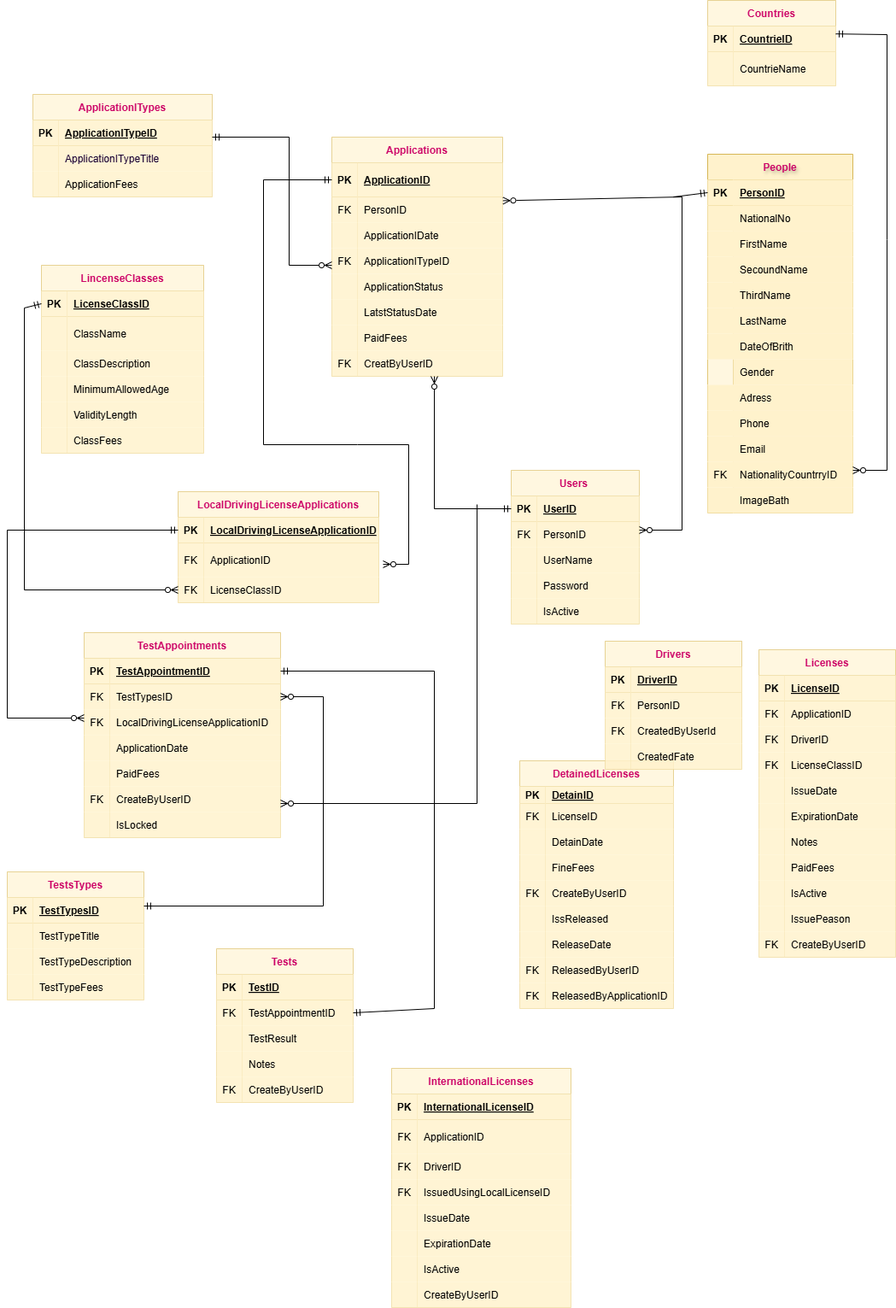
This is Untitled Diagram.drawio.png from azizadiab/Driving-License-Department, a draw.io export, as it was before one commit. Source tidied: cells renumbered, new cells last; positions are measured from the earlier drawing's top-left corner, leaving out a move shared by most shapes.
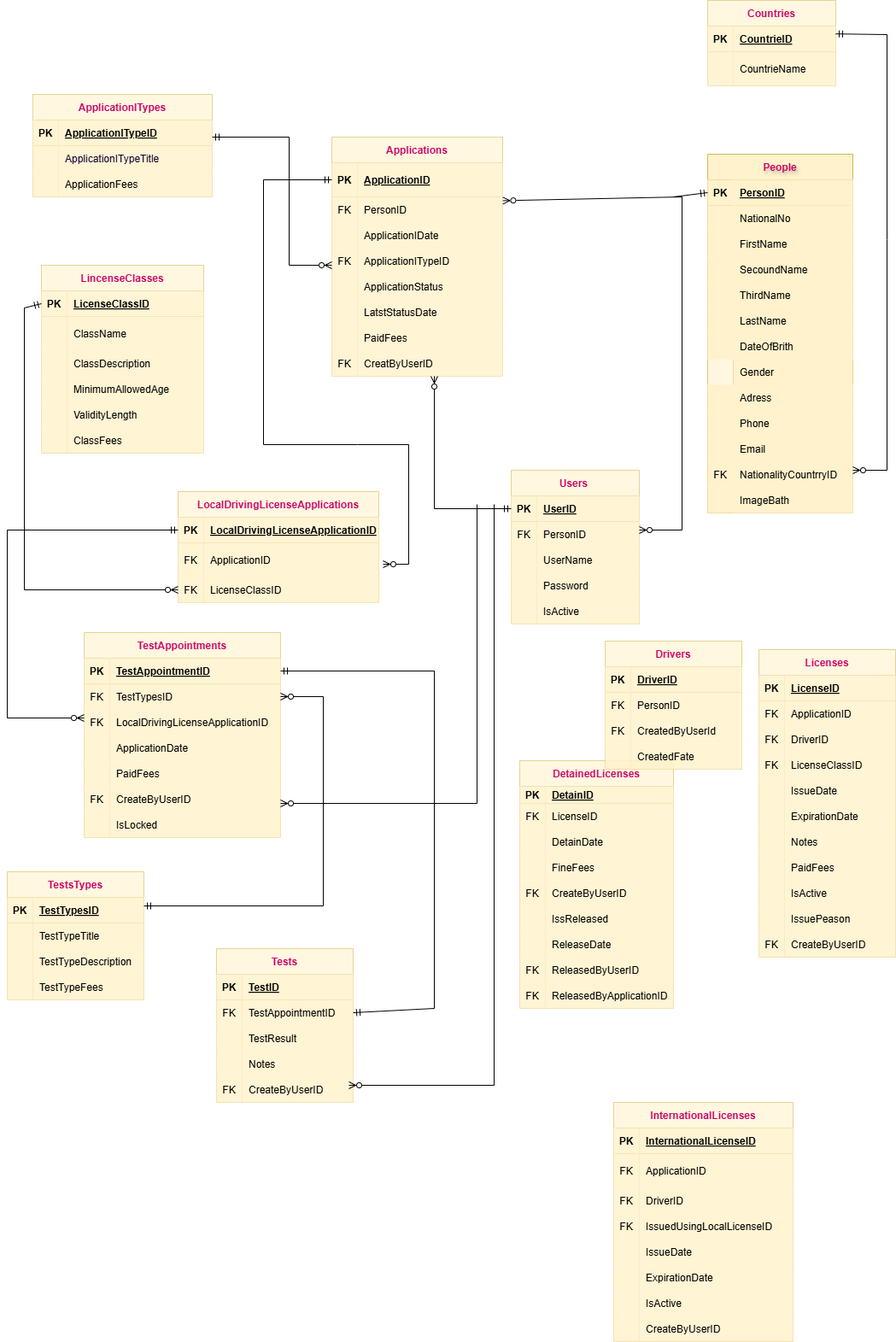
The same diagram one commit later.

Diff of the diagram source:
```diff
@@ -693,7 +693,7 @@
       <mxGeometry x="30" width="205" height="30" as="geometry" />
     </mxCell>
     <mxCell id="232" value="InternationalLicenses" style="shape=table;startSize=30;rowLines=0;fontStyle=1;align=center;opacity=60;fillColor=#fff2cc;strokeColor=#d6b656;fontColor=#CC0066;" parent="1" vertex="1">
-      <mxGeometry x="450" y="1250" width="210" height="280" as="geometry" />
+      <mxGeometry x="710" y="1290" width="210" height="280" as="geometry" />
     </mxCell>
     <mxCell id="233" style="shape=partialRectangle;fillColor=#fff2cc;top=0;left=0;right=0;bottom=1;opacity=60;strokeColor=#d6b656;" parent="232" vertex="1">
       <mxGeometry y="30" width="210" height="30" as="geometry" />
@@ -934,5 +934,14 @@
         </Array>
       </mxGeometry>
     </mxCell>
+    <mxCell id="291" style="endArrow=none;html=1;rounded=0;startArrow=ERzeroToMany;startFill=0;" parent="1" edge="1">
+      <mxGeometry relative="1" as="geometry">
+        <mxPoint x="400" y="1270" as="sourcePoint" />
+        <mxPoint x="570" y="590" as="targetPoint" />
+        <Array as="points">
+          <mxPoint x="570" y="1270" />
+        </Array>
+      </mxGeometry>
+    </mxCell>
   </root>
 </mxGraphModel>
```
